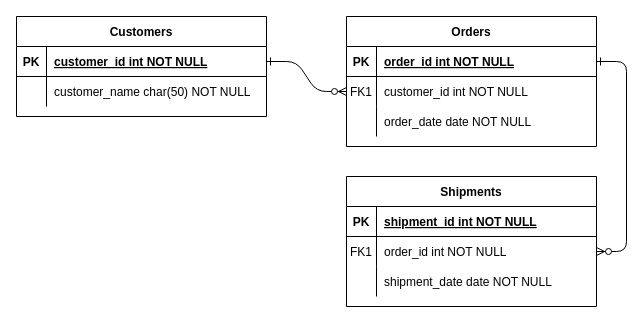
Earlier version of the draw.io diagram Diagramme sans nom.drawio (Lloske/frontend). Source tidied: cells renumbered, new cells numbered last; positions are measured from the earlier drawing's top-left corner, leaving out a move shared by most shapes. Both pictures are drawn from the tidied source at 100%, with x=0, y=0 at pixel (16, 16).
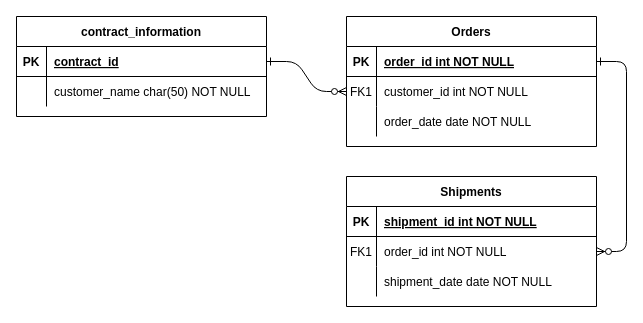
The same page after the edit.

Commit message:
Lloske - Entité / Relation.drawio

Unchanged cells that the change refers to:
```xml
<mxCell id="25" style="shape=partialRectangle;fillColor=none;points=[[0,0.5],[1,0.5]];portConstraint=eastwest;top=0;left=0;right=0;bottom=1;" parent="24" vertex="1">
  <mxGeometry y="30" width="250" height="30" as="geometry" />
</mxCell>
```

Change to the diagram source:
```diff
@@
-    <mxCell id="24" value="Customers" style="shape=table;startSize=30;childLayout=tableLayout;rowLines=0;fontStyle=1;align=center;" parent="1" vertex="1">
+    <mxCell id="24" value="contract_information" style="shape=table;startSize=30;childLayout=tableLayout;rowLines=0;fontStyle=1;align=center;" parent="1" vertex="1">
       <mxGeometry width="250" height="100" as="geometry" />
     </mxCell>
@@
-    <mxCell id="27" value="customer_id int NOT NULL " style="shape=partialRectangle;overflow=hidden;fillColor=none;top=0;left=0;bottom=0;right=0;align=left;spacingLeft=6;fontStyle=5;" parent="25" vertex="1">
+    <mxCell id="27" value="contract_id" style="shape=partialRectangle;overflow=hidden;fillColor=none;top=0;left=0;bottom=0;right=0;align=left;spacingLeft=6;fontStyle=5;" parent="25" vertex="1">
       <mxGeometry x="30" width="220" height="30" as="geometry" />
     </mxCell>
```
